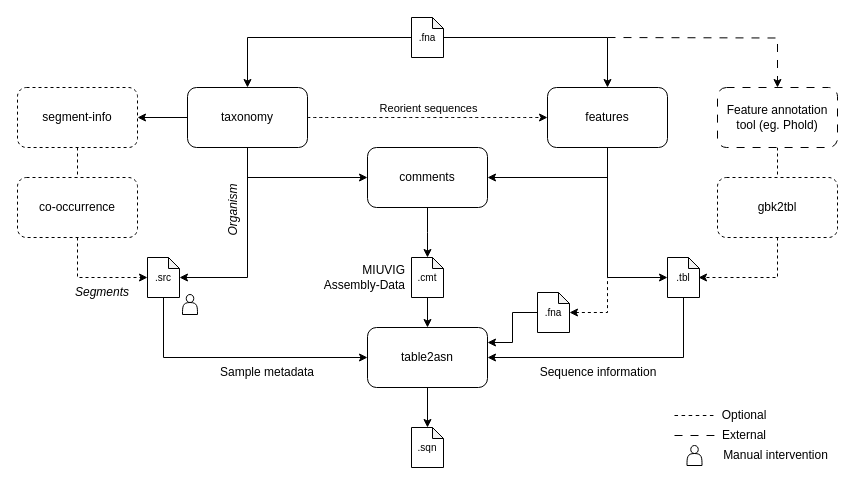
UriNeri/suvtk keeps this draw.io diagram as docs/_static/suvtk_diagram.drawio. Above is the earlier version. Source tidied: cells renumbered, new cells numbered last; positions are measured from the earlier drawing's top-left corner, leaving out a move shared by most shapes. Both pictures are drawn from the tidied source at 100%, with x=0, y=0 at pixel (17, 17).
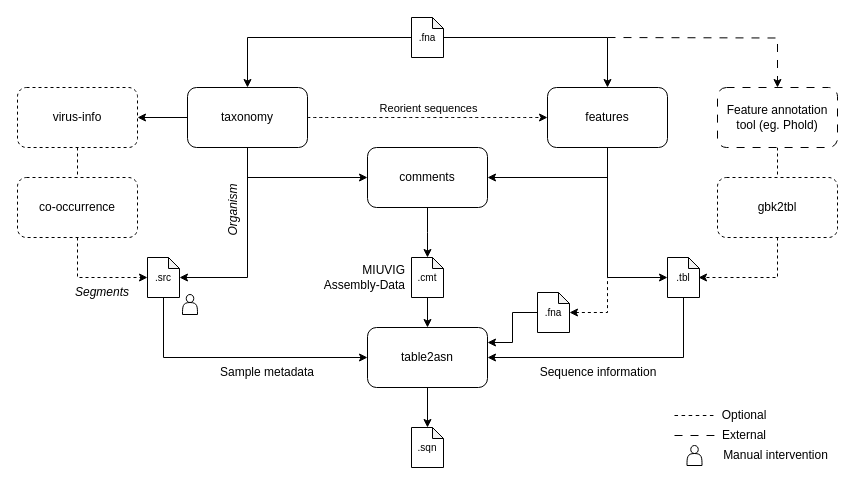
Above is the later version.

Commit message (it also covers changes not shown here):
refactor: update imports and replace segment_info with virus_info in taxonomy processing

Diff of the diagram source:
```diff
@@
-    <mxCell id="11" value="segment-info" style="rounded=1;whiteSpace=wrap;html=1;dashed=1;" parent="1" vertex="1">
+    <mxCell id="11" value="virus-info" style="rounded=1;whiteSpace=wrap;html=1;dashed=1;" parent="1" vertex="1">
       <mxGeometry y="70" width="120" height="60" as="geometry" />
     </mxCell>
```
